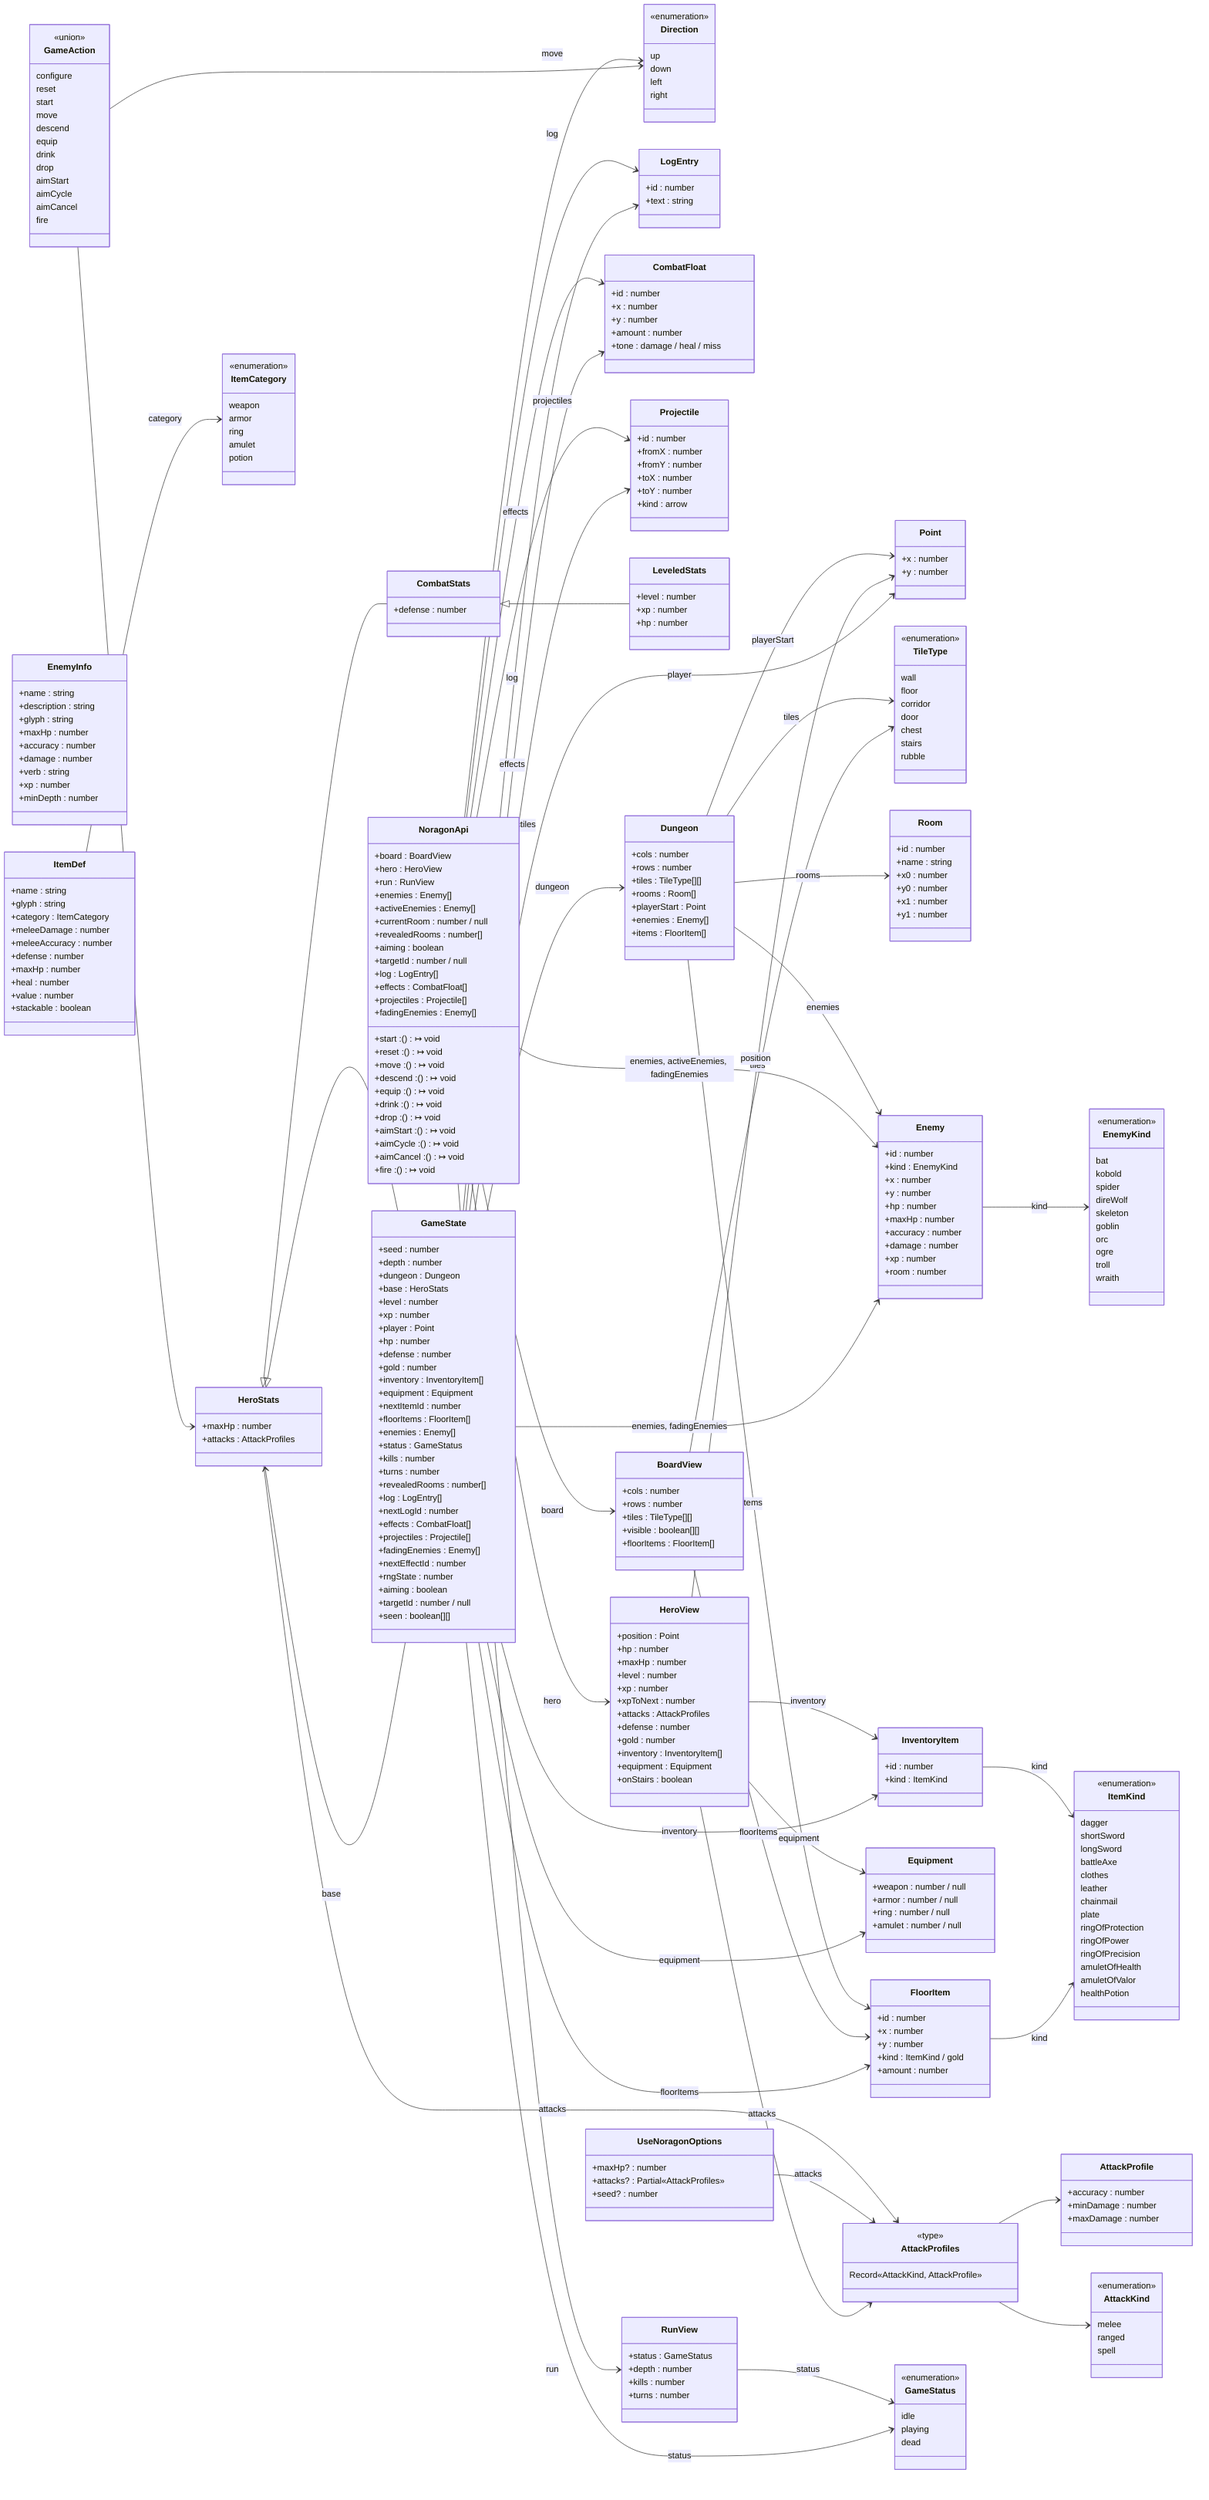
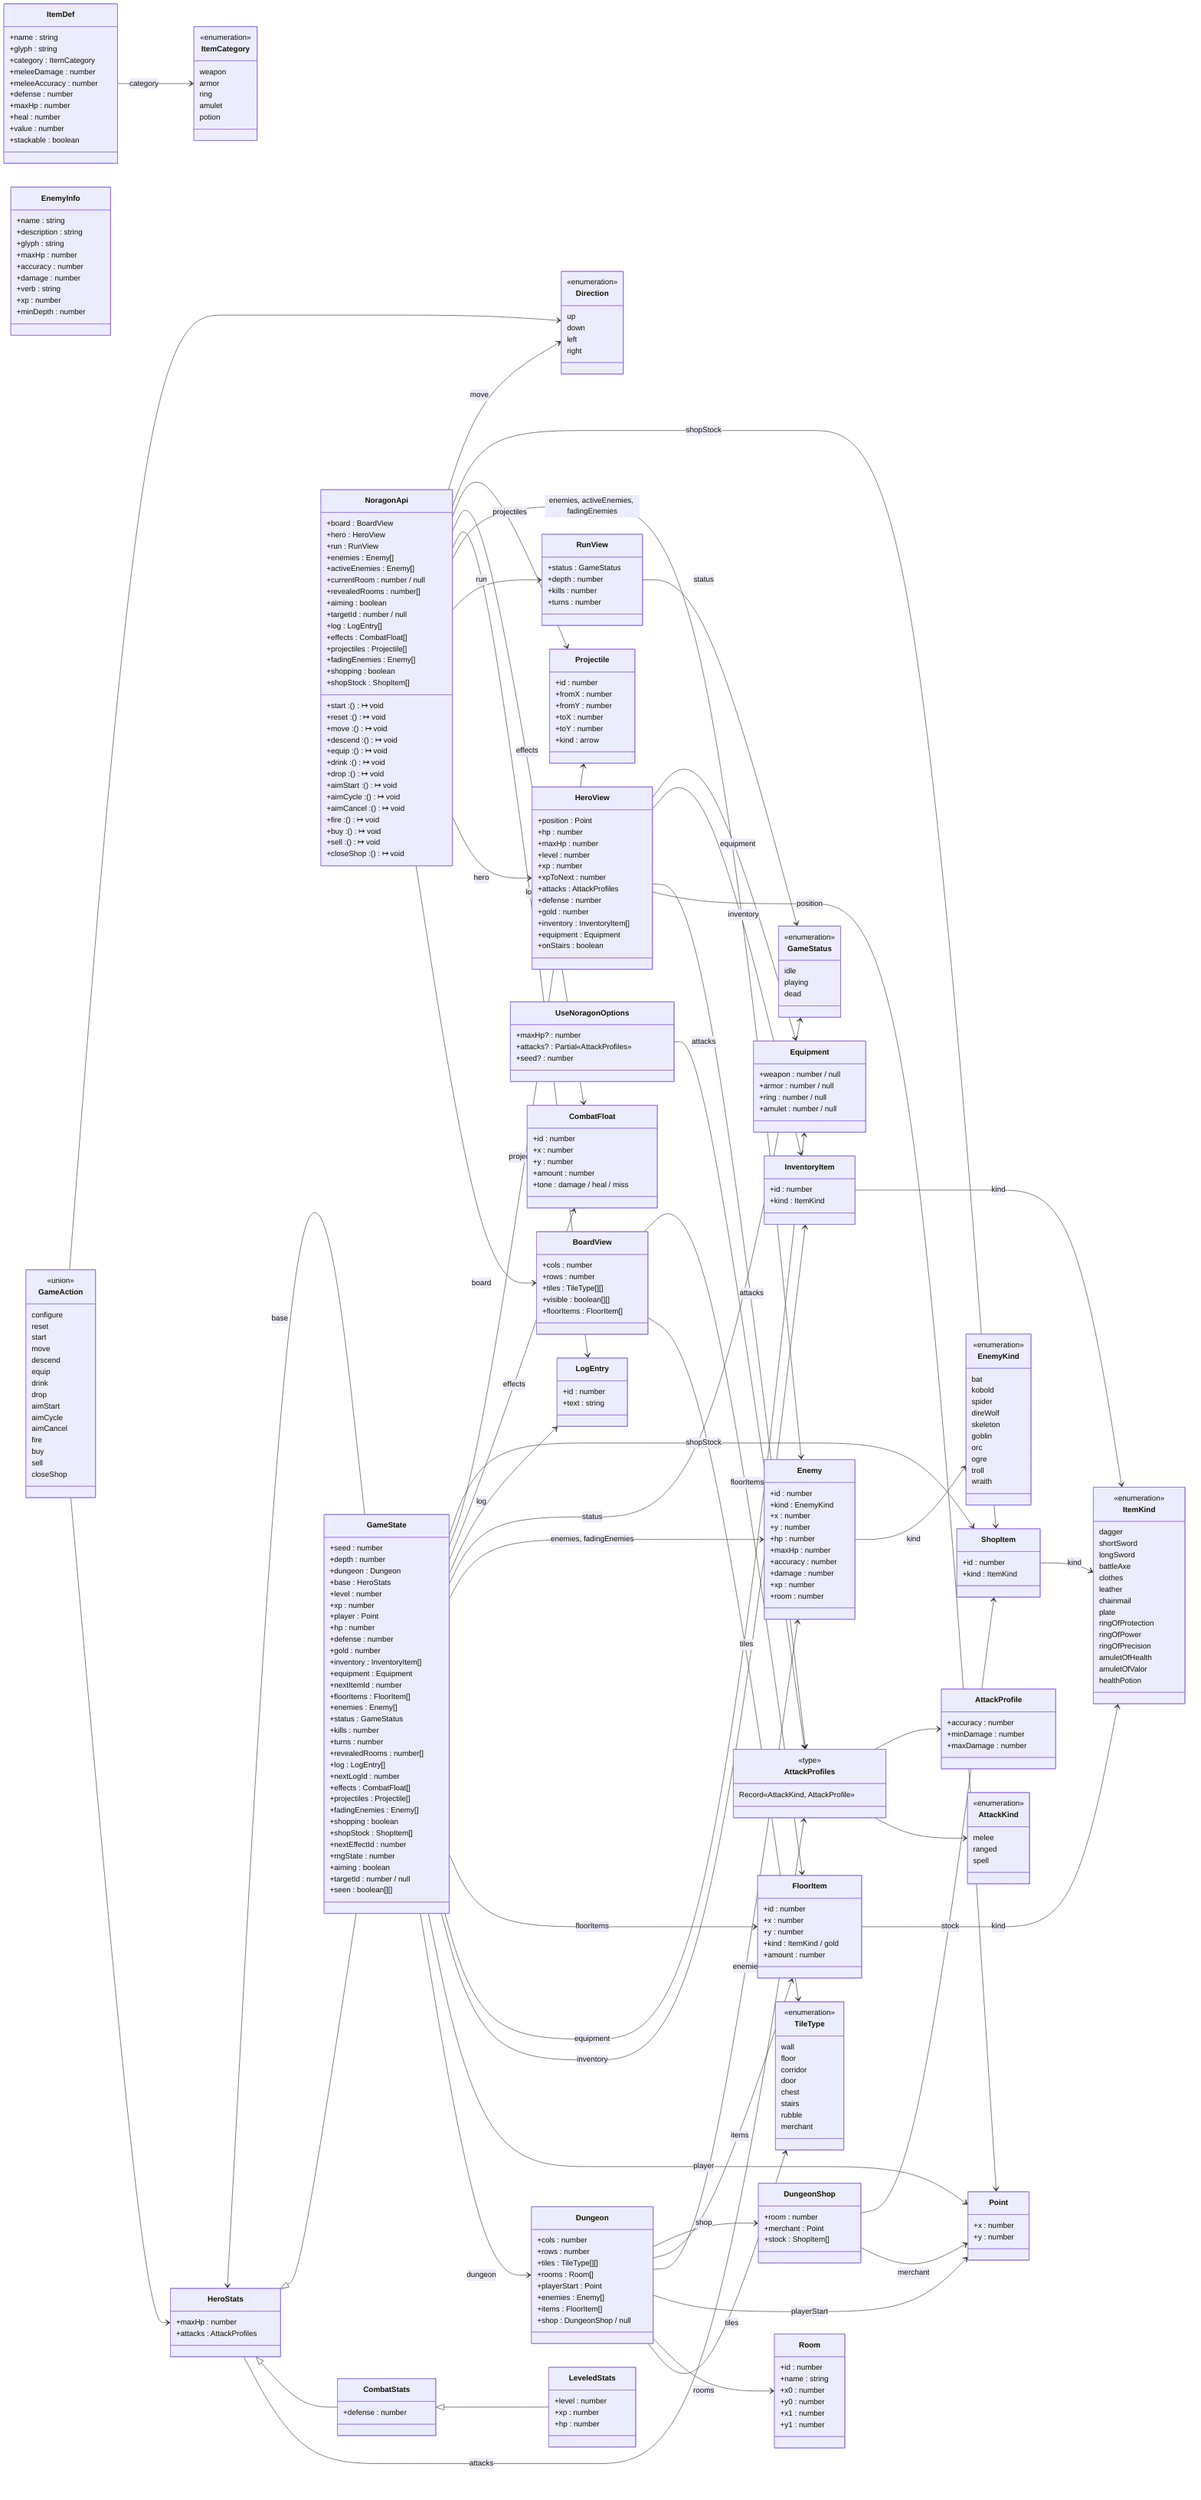
classDiagram
  direction LR
  class Point {
    +x : number
    +y : number
  }
  class Direction {
    <<enumeration>>
    up
    down
    left
    right
  }
  class TileType {
    <<enumeration>>
    wall
    floor
    corridor
    door
    chest
    stairs
    rubble
+     merchant
  }
  class Room {
    +id : number
    +name : string
    +x0 : number
    +y0 : number
    +x1 : number
    +y1 : number
  }
  class LogEntry {
    +id : number
    +text : string
  }
  class CombatFloat {
    +id : number
    +x : number
    +y : number
    +amount : number
    +tone : damage / heal / miss
  }
  class Projectile {
    +id : number
    +fromX : number
    +fromY : number
    +toX : number
    +toY : number
    +kind : arrow
  }
  class InventoryItem {
    +id : number
    +kind : ItemKind
  }
  class FloorItem {
    +id : number
    +x : number
    +y : number
    +kind : ItemKind / gold
    +amount : number
  }
  class Equipment {
    +weapon : number / null
    +armor : number / null
    +ring : number / null
    +amulet : number / null
  }
  class AttackKind {
    <<enumeration>>
    melee
    ranged
    spell
  }
  class AttackProfile {
    +accuracy : number
    +minDamage : number
    +maxDamage : number
  }
  class AttackProfiles {
    <<type>>
    Record«AttackKind, AttackProfile»
  }
  class Enemy {
    +id : number
    +kind : EnemyKind
    +x : number
    +y : number
    +hp : number
    +maxHp : number
    +accuracy : number
    +damage : number
    +xp : number
    +room : number
  }
  class GameStatus {
    <<enumeration>>
    idle
    playing
    dead
  }
  class HeroStats {
    +maxHp : number
    +attacks : AttackProfiles
  }
  class CombatStats {
    +defense : number
  }
  class LeveledStats {
    +level : number
    +xp : number
    +hp : number
  }
  class Dungeon {
    +cols : number
    +rows : number
    +tiles : TileType[][]
    +rooms : Room[]
    +playerStart : Point
    +enemies : Enemy[]
    +items : FloorItem[]
+     +shop : DungeonShop / null
+   }
+   class ShopItem {
+     +id : number
+     +kind : ItemKind
+   }
+   class DungeonShop {
+     +room : number
+     +merchant : Point
+     +stock : ShopItem[]
  }
  class UseNoragonOptions {
    +maxHp? : number
    +attacks? : Partial«AttackProfiles»
    +seed? : number
  }
  class BoardView {
    +cols : number
    +rows : number
    +tiles : TileType[][]
    +visible : boolean[][]
    +floorItems : FloorItem[]
  }
  class HeroView {
    +position : Point
    +hp : number
    +maxHp : number
    +level : number
    +xp : number
    +xpToNext : number
    +attacks : AttackProfiles
    +defense : number
    +gold : number
    +inventory : InventoryItem[]
    +equipment : Equipment
    +onStairs : boolean
  }
  class RunView {
    +status : GameStatus
    +depth : number
    +kills : number
    +turns : number
  }
  class NoragonApi {
    +board : BoardView
    +hero : HeroView
    +run : RunView
    +enemies : Enemy[]
    +activeEnemies : Enemy[]
    +currentRoom : number / null
    +revealedRooms : number[]
    +aiming : boolean
    +targetId : number / null
    +log : LogEntry[]
    +effects : CombatFloat[]
    +projectiles : Projectile[]
    +fadingEnemies : Enemy[]
+     +shopping : boolean
+     +shopStock : ShopItem[]
    +start : () ↦ void
    +reset : () ↦ void
    +move : () ↦ void
    +descend : () ↦ void
    +equip : () ↦ void
    +drink : () ↦ void
    +drop : () ↦ void
    +aimStart : () ↦ void
    +aimCycle : () ↦ void
    +aimCancel : () ↦ void
    +fire : () ↦ void
+     +buy : () ↦ void
+     +sell : () ↦ void
+     +closeShop : () ↦ void
  }
  class GameState {
    +seed : number
    +depth : number
    +dungeon : Dungeon
    +base : HeroStats
    +level : number
    +xp : number
    +player : Point
    +hp : number
    +defense : number
    +gold : number
    +inventory : InventoryItem[]
    +equipment : Equipment
    +nextItemId : number
    +floorItems : FloorItem[]
    +enemies : Enemy[]
    +status : GameStatus
    +kills : number
    +turns : number
    +revealedRooms : number[]
    +log : LogEntry[]
    +nextLogId : number
    +effects : CombatFloat[]
    +projectiles : Projectile[]
    +fadingEnemies : Enemy[]
+     +shopping : boolean
+     +shopStock : ShopItem[]
    +nextEffectId : number
    +rngState : number
    +aiming : boolean
    +targetId : number / null
    +seen : boolean[][]
  }
  class GameAction {
    <<union>>
    configure
    reset
    start
    move
    descend
    equip
    drink
    drop
    aimStart
    aimCycle
    aimCancel
    fire
+     buy
+     sell
+     closeShop
  }
  class EnemyKind {
    <<enumeration>>
    bat
    kobold
    spider
    direWolf
    skeleton
    goblin
    orc
    ogre
    troll
    wraith
  }
  class EnemyInfo {
    +name : string
    +description : string
    +glyph : string
    +maxHp : number
    +accuracy : number
    +damage : number
    +verb : string
    +xp : number
    +minDepth : number
  }
  class ItemCategory {
    <<enumeration>>
    weapon
    armor
    ring
    amulet
    potion
  }
  class ItemKind {
    <<enumeration>>
    dagger
    shortSword
    longSword
    battleAxe
    clothes
    leather
    chainmail
    plate
    ringOfProtection
    ringOfPower
    ringOfPrecision
    amuletOfHealth
    amuletOfValor
    healthPotion
  }
  class ItemDef {
    +name : string
    +glyph : string
    +category : ItemCategory
    +meleeDamage : number
    +meleeAccuracy : number
    +defense : number
    +maxHp : number
    +heal : number
    +value : number
    +stackable : boolean
  }
  InventoryItem --> ItemKind : kind
  FloorItem --> ItemKind : kind
  AttackProfiles --> AttackKind
  AttackProfiles --> AttackProfile
  Enemy --> EnemyKind : kind
  HeroStats --> AttackProfiles : attacks
  HeroStats <|-- CombatStats
  CombatStats <|-- LeveledStats
  Dungeon --> TileType : tiles
  Dungeon --> Room : rooms
  Dungeon --> Point : playerStart
  Dungeon --> Enemy : enemies
  Dungeon --> FloorItem : items
+   Dungeon --> DungeonShop : shop
+   ShopItem --> ItemKind : kind
+   DungeonShop --> Point : merchant
+   DungeonShop --> ShopItem : stock
  UseNoragonOptions --> AttackProfiles : attacks
  BoardView --> TileType : tiles
  BoardView --> FloorItem : floorItems
  HeroView --> Point : position
  HeroView --> AttackProfiles : attacks
  HeroView --> InventoryItem : inventory
  HeroView --> Equipment : equipment
  RunView --> GameStatus : status
  NoragonApi --> BoardView : board
  NoragonApi --> HeroView : hero
  NoragonApi --> RunView : run
  NoragonApi --> Enemy : enemies, activeEnemies, fadingEnemies
  NoragonApi --> LogEntry : log
  NoragonApi --> CombatFloat : effects
  NoragonApi --> Projectile : projectiles
+   NoragonApi --> ShopItem : shopStock
  NoragonApi --> Direction : move
  HeroStats <|-- GameState
  GameState --> Dungeon : dungeon
  GameState --> HeroStats : base
  GameState --> Point : player
  GameState --> InventoryItem : inventory
  GameState --> Equipment : equipment
  GameState --> FloorItem : floorItems
  GameState --> Enemy : enemies, fadingEnemies
  GameState --> GameStatus : status
  GameState --> LogEntry : log
  GameState --> CombatFloat : effects
  GameState --> Projectile : projectiles
+   GameState --> ShopItem : shopStock
  GameAction --> HeroStats
  GameAction --> Direction
  ItemDef --> ItemCategory : category
